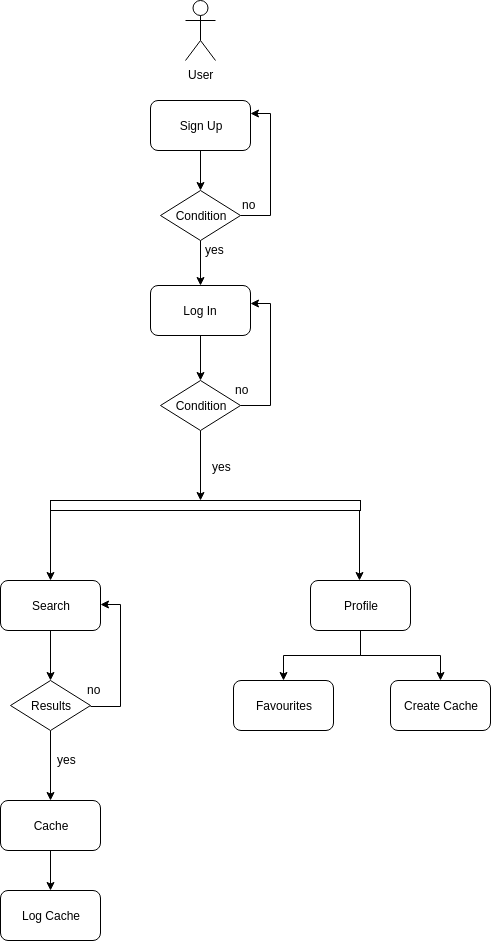
Earlier version of the draw.io export staff/nestor-llorens/skycaching/doc/img/flow_chart.png (b00tc4mp/skylab-bootcamp-201907). Source tidied: cells renumbered, new cells last; positions are measured from the earlier drawing's top-left corner, leaving out a move shared by most shapes.
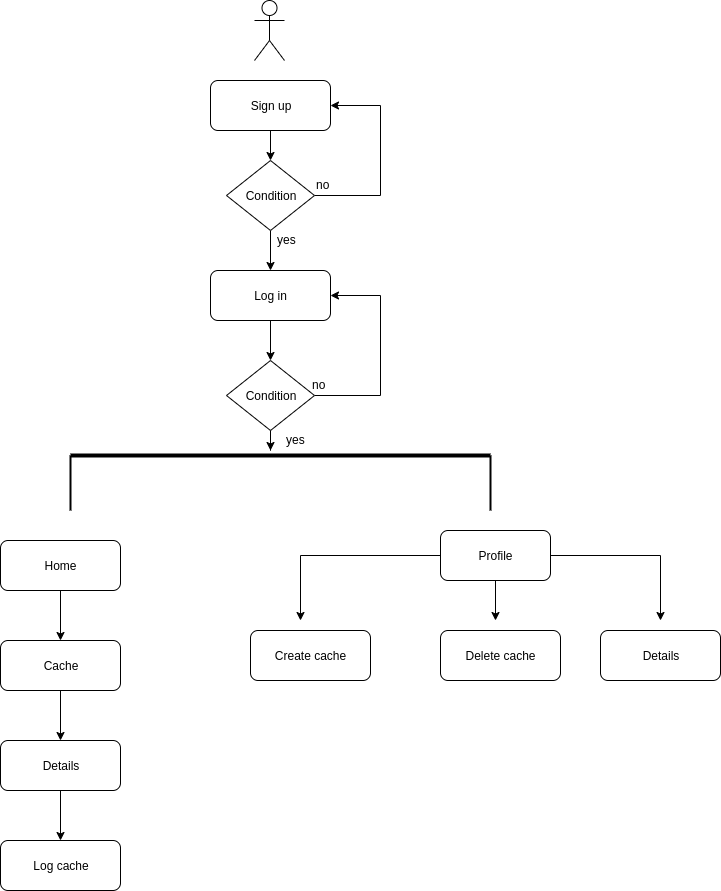
After the commit.

Change to the diagram source:
```diff
@@ -2,130 +2,122 @@
   <root>
     <mxCell id="0" />
     <mxCell id="1" parent="0" />
-    <mxCell id="2" value="User" style="shape=umlActor;verticalLabelPosition=bottom;labelBackgroundColor=#ffffff;verticalAlign=top;html=1;" parent="1" vertex="1">
-      <mxGeometry x="185" width="30" height="60" as="geometry" />
-    </mxCell>
-    <mxCell id="3" style="edgeStyle=orthogonalEdgeStyle;rounded=0;jettySize=auto;html=1;" parent="1" edge="1" source="4" target="7">
-      <mxGeometry relative="1" as="geometry" />
-    </mxCell>
-    <mxCell id="4" value="Sign Up" style="rounded=1;whiteSpace=wrap;html=1;" parent="1" vertex="1">
-      <mxGeometry x="150" y="100" width="100" height="50" as="geometry" />
-    </mxCell>
-    <mxCell id="5" style="edgeStyle=orthogonalEdgeStyle;rounded=0;jettySize=auto;html=1;entryX=1;entryY=0.25;entryDx=0;entryDy=0;" parent="1" edge="1" source="7" target="4">
-      <mxGeometry relative="1" as="geometry">
-        <Array as="points">
-          <mxPoint x="270" y="215" />
-          <mxPoint x="270" y="113" />
-        </Array>
-      </mxGeometry>
-    </mxCell>
-    <mxCell id="6" style="edgeStyle=orthogonalEdgeStyle;rounded=0;jettySize=auto;html=1;" parent="1" edge="1" source="7" target="10">
-      <mxGeometry relative="1" as="geometry" />
-    </mxCell>
-    <mxCell id="7" value="Condition" style="rhombus;whiteSpace=wrap;html=1;" parent="1" vertex="1">
-      <mxGeometry x="160" y="190" width="80" height="50" as="geometry" />
-    </mxCell>
-    <mxCell id="8" value="no" style="text;html=1;align=left;verticalAlign=top;spacingTop=-4;" parent="1" vertex="1">
-      <mxGeometry x="240" y="195" width="30" height="20" as="geometry" />
-    </mxCell>
-    <mxCell id="9" style="edgeStyle=orthogonalEdgeStyle;rounded=0;jettySize=auto;html=1;" parent="1" edge="1" source="10" target="13">
-      <mxGeometry relative="1" as="geometry" />
-    </mxCell>
-    <mxCell id="10" value="Log In" style="rounded=1;whiteSpace=wrap;html=1;" parent="1" vertex="1">
-      <mxGeometry x="150" y="285" width="100" height="50" as="geometry" />
-    </mxCell>
-    <mxCell id="11" value="yes" style="text;html=1;align=left;verticalAlign=top;spacingTop=-4;" parent="1" vertex="1">
-      <mxGeometry x="203" y="240" width="30" height="20" as="geometry" />
-    </mxCell>
-    <mxCell id="12" style="edgeStyle=orthogonalEdgeStyle;rounded=0;jettySize=auto;html=1;" parent="1" edge="1" source="13">
-      <mxGeometry relative="1" as="geometry">
-        <mxPoint x="200" y="500" as="targetPoint" />
-      </mxGeometry>
-    </mxCell>
-    <mxCell id="13" value="Condition" style="rhombus;whiteSpace=wrap;html=1;" parent="1" vertex="1">
-      <mxGeometry x="160" y="380" width="80" height="50" as="geometry" />
-    </mxCell>
-    <mxCell id="14" style="edgeStyle=orthogonalEdgeStyle;rounded=0;orthogonalLoop=1;jettySize=auto;html=1;entryX=1;entryY=0.25;entryDx=0;entryDy=0;" parent="1" edge="1">
-      <mxGeometry relative="1" as="geometry">
-        <mxPoint x="240" y="405" as="sourcePoint" />
-        <mxPoint x="250" y="303" as="targetPoint" />
-        <Array as="points">
-          <mxPoint x="270" y="405" />
-          <mxPoint x="270" y="303" />
-        </Array>
-      </mxGeometry>
-    </mxCell>
-    <mxCell id="15" value="no" style="text;html=1;align=left;verticalAlign=top;spacingTop=-4;" parent="1" vertex="1">
-      <mxGeometry x="233" y="380" width="30" height="20" as="geometry" />
-    </mxCell>
-    <mxCell id="16" style="rounded=0;whiteSpace=wrap;html=1;" parent="1" vertex="1">
-      <mxGeometry x="50" y="500" width="310" height="10" as="geometry" />
-    </mxCell>
-    <mxCell id="17" value="yes" style="text;html=1;align=left;verticalAlign=top;spacingTop=-4;" parent="1" vertex="1">
-      <mxGeometry x="210" y="457" width="30" height="20" as="geometry" />
-    </mxCell>
-    <mxCell id="18" style="edgeStyle=orthogonalEdgeStyle;rounded=0;jettySize=auto;html=1;" parent="1" edge="1" source="30" target="27">
-      <mxGeometry relative="1" as="geometry" />
-    </mxCell>
-    <mxCell id="19" value="Search" style="rounded=1;whiteSpace=wrap;html=1;" parent="1" vertex="1">
-      <mxGeometry y="580" width="100" height="50" as="geometry" />
-    </mxCell>
-    <mxCell id="20" style="endArrow=classic;html=1;entryX=0.5;entryY=0;entryDx=0;entryDy=0;" parent="1" edge="1" target="19">
-      <mxGeometry relative="1" as="geometry">
-        <mxPoint x="50" y="510" as="sourcePoint" />
-      </mxGeometry>
-    </mxCell>
-    <mxCell id="21" style="edgeStyle=orthogonalEdgeStyle;rounded=0;jettySize=auto;html=1;" parent="1" edge="1" source="23" target="25">
-      <mxGeometry relative="1" as="geometry" />
-    </mxCell>
-    <mxCell id="22" style="edgeStyle=orthogonalEdgeStyle;rounded=0;jettySize=auto;html=1;exitX=0.5;exitY=1;exitDx=0;exitDy=0;entryX=0.5;entryY=0;entryDx=0;entryDy=0;" parent="1" edge="1" source="23" target="29">
-      <mxGeometry relative="1" as="geometry" />
-    </mxCell>
+    <mxCell id="35" style="shape=umlActor;verticalLabelPosition=bottom;labelBackgroundColor=#ffffff;verticalAlign=top;html=1;" parent="1" vertex="1">
+      <mxGeometry x="164" y="-30" width="30" height="60" as="geometry" />
+    </mxCell>
+    <mxCell id="36" style="edgeStyle=orthogonalEdgeStyle;rounded=0;jettySize=auto;html=1;entryX=0.5;entryY=0;entryDx=0;entryDy=0;" parent="1" edge="1" source="37" target="40">
+      <mxGeometry relative="1" as="geometry" />
+    </mxCell>
+    <mxCell id="37" value="Sign up" style="rounded=1;whiteSpace=wrap;html=1;" parent="1" vertex="1">
+      <mxGeometry x="120" y="50" width="120" height="50" as="geometry" />
+    </mxCell>
+    <mxCell id="38" style="edgeStyle=orthogonalEdgeStyle;rounded=0;jettySize=auto;html=1;entryX=0.5;entryY=0;entryDx=0;entryDy=0;" parent="1" edge="1" source="40" target="42">
+      <mxGeometry relative="1" as="geometry" />
+    </mxCell>
+    <mxCell id="39" style="edgeStyle=orthogonalEdgeStyle;rounded=0;jettySize=auto;html=1;entryX=1;entryY=0.5;entryDx=0;entryDy=0;" parent="1" edge="1" source="40" target="37">
+      <mxGeometry relative="1" as="geometry">
+        <Array as="points">
+          <mxPoint x="290" y="165" />
+          <mxPoint x="290" y="75" />
+        </Array>
+      </mxGeometry>
+    </mxCell>
+    <mxCell id="40" value="Condition" style="rhombus;whiteSpace=wrap;html=1;" parent="1" vertex="1">
+      <mxGeometry x="136" y="130" width="88" height="70" as="geometry" />
+    </mxCell>
+    <mxCell id="41" style="edgeStyle=orthogonalEdgeStyle;rounded=0;jettySize=auto;html=1;entryX=0.5;entryY=0;entryDx=0;entryDy=0;" parent="1" edge="1" source="42" target="45">
+      <mxGeometry relative="1" as="geometry" />
+    </mxCell>
+    <mxCell id="42" value="Log in" style="rounded=1;whiteSpace=wrap;html=1;" parent="1" vertex="1">
+      <mxGeometry x="120" y="240" width="120" height="50" as="geometry" />
+    </mxCell>
+    <mxCell id="43" style="edgeStyle=orthogonalEdgeStyle;rounded=0;jettySize=auto;html=1;" parent="1" edge="1" source="45">
+      <mxGeometry relative="1" as="geometry">
+        <mxPoint x="180" y="420" as="targetPoint" />
+      </mxGeometry>
+    </mxCell>
+    <mxCell id="44" style="edgeStyle=orthogonalEdgeStyle;rounded=0;jettySize=auto;html=1;entryX=1;entryY=0.5;entryDx=0;entryDy=0;" parent="1" edge="1" source="45" target="42">
+      <mxGeometry relative="1" as="geometry">
+        <Array as="points">
+          <mxPoint x="290" y="365" />
+          <mxPoint x="290" y="265" />
+        </Array>
+      </mxGeometry>
+    </mxCell>
+    <mxCell id="45" value="Condition" style="rhombus;whiteSpace=wrap;html=1;" parent="1" vertex="1">
+      <mxGeometry x="136" y="330" width="88" height="70" as="geometry" />
+    </mxCell>
+    <mxCell id="46" style="line;strokeWidth=4;html=1;perimeter=backbonePerimeter;" parent="1" vertex="1">
+      <mxGeometry x="-20" y="420" width="420" height="10" as="geometry" />
+    </mxCell>
+    <mxCell id="47" style="edgeStyle=orthogonalEdgeStyle;rounded=0;jettySize=auto;html=1;entryX=0.5;entryY=0;entryDx=0;entryDy=0;" parent="1" edge="1" source="48" target="27">
+      <mxGeometry relative="1" as="geometry" />
+    </mxCell>
+    <mxCell id="48" value="Home" style="rounded=1;whiteSpace=wrap;html=1;" parent="1" vertex="1">
+      <mxGeometry x="-90" y="510" width="120" height="50" as="geometry" />
+    </mxCell>
+    <mxCell id="49" style="line;strokeWidth=2;direction=south;html=1;" parent="1" vertex="1">
+      <mxGeometry x="-25" y="425" width="10" height="55" as="geometry" />
+    </mxCell>
+    <mxCell id="50" style="line;strokeWidth=2;direction=south;html=1;" parent="1" vertex="1">
+      <mxGeometry x="395" y="425" width="10" height="55" as="geometry" />
+    </mxCell>
+    <mxCell id="51" style="edgeStyle=orthogonalEdgeStyle;rounded=0;orthogonalLoop=1;jettySize=auto;html=1;exitX=0.5;exitY=1;exitDx=0;exitDy=0;" parent="1" edge="1" source="42" target="42">
+      <mxGeometry relative="1" as="geometry" />
+    </mxCell>
+    <mxCell id="52" style="edgeStyle=orthogonalEdgeStyle;rounded=0;jettySize=auto;html=1;" parent="1" edge="1" source="23">
+      <mxGeometry relative="1" as="geometry">
+        <mxPoint x="210" y="590" as="targetPoint" />
+      </mxGeometry>
+    </mxCell>
+    <mxCell id="53" style="edgeStyle=orthogonalEdgeStyle;rounded=0;jettySize=auto;html=1;" parent="1" edge="1" source="23">
+      <mxGeometry relative="1" as="geometry">
+        <mxPoint x="570" y="590" as="targetPoint" />
+      </mxGeometry>
+    </mxCell>
+    <mxCell id="54" style="edgeStyle=orthogonalEdgeStyle;rounded=0;jettySize=auto;html=1;" parent="1" edge="1" source="23">
+      <mxGeometry relative="1" as="geometry">
+        <mxPoint x="405" y="590" as="targetPoint" />
+      </mxGeometry>
+    </mxCell>
     <mxCell id="23" value="Profile" style="rounded=1;whiteSpace=wrap;html=1;" parent="1" vertex="1">
-      <mxGeometry x="310" y="580" width="100" height="50" as="geometry" />
+      <mxGeometry x="350" y="500" width="110" height="50" as="geometry" />
     </mxCell>
-    <mxCell id="24" style="endArrow=classic;html=1;entryX=0.5;entryY=0;entryDx=0;entryDy=0;" parent="1" edge="1">
-      <mxGeometry relative="1" as="geometry">
-        <mxPoint x="359" y="510" as="sourcePoint" />
-        <mxPoint x="359" y="580" as="targetPoint" />
-      </mxGeometry>
-    </mxCell>
-    <mxCell id="25" value="Favourites" style="rounded=1;whiteSpace=wrap;html=1;" parent="1" vertex="1">
-      <mxGeometry x="233" y="680" width="100" height="50" as="geometry" />
-    </mxCell>
-    <mxCell id="26" style="edgeStyle=orthogonalEdgeStyle;rounded=0;jettySize=auto;html=1;" parent="1" edge="1" source="27" target="28">
-      <mxGeometry relative="1" as="geometry" />
-    </mxCell>
+    <mxCell id="55" style="edgeStyle=orthogonalEdgeStyle;rounded=0;jettySize=auto;html=1;entryX=0.5;entryY=0;entryDx=0;entryDy=0;" parent="1" edge="1" source="27" target="57">
+      <mxGeometry relative="1" as="geometry" />
+    </mxCell>
     <mxCell id="27" value="Cache" style="rounded=1;whiteSpace=wrap;html=1;" parent="1" vertex="1">
-      <mxGeometry y="800" width="100" height="50" as="geometry" />
+      <mxGeometry x="-90" y="610" width="120" height="50" as="geometry" />
     </mxCell>
-    <mxCell id="28" value="Log Cache" style="rounded=1;whiteSpace=wrap;html=1;" parent="1" vertex="1">
-      <mxGeometry y="890" width="100" height="50" as="geometry" />
-    </mxCell>
-    <mxCell id="29" value="Create Cache" style="rounded=1;whiteSpace=wrap;html=1;" parent="1" vertex="1">
-      <mxGeometry x="390" y="680" width="100" height="50" as="geometry" />
-    </mxCell>
-    <mxCell id="30" value="Results" style="rhombus;whiteSpace=wrap;html=1;" parent="1" vertex="1">
-      <mxGeometry x="10" y="680" width="80" height="50" as="geometry" />
-    </mxCell>
-    <mxCell id="31" style="edgeStyle=orthogonalEdgeStyle;rounded=0;jettySize=auto;html=1;" parent="1" edge="1" source="19" target="30">
-      <mxGeometry relative="1" as="geometry" />
-    </mxCell>
-    <mxCell id="32" style="edgeStyle=orthogonalEdgeStyle;rounded=0;orthogonalLoop=1;jettySize=auto;html=1;entryX=1;entryY=0.25;entryDx=0;entryDy=0;" parent="1" edge="1">
-      <mxGeometry relative="1" as="geometry">
-        <mxPoint x="90" y="706" as="sourcePoint" />
-        <mxPoint x="100" y="604" as="targetPoint" />
-        <Array as="points">
-          <mxPoint x="120" y="706" />
-          <mxPoint x="120" y="604" />
-        </Array>
-      </mxGeometry>
-    </mxCell>
-    <mxCell id="33" value="no" style="text;html=1;align=left;verticalAlign=top;spacingTop=-4;" parent="1" vertex="1">
-      <mxGeometry x="85" y="680" width="30" height="20" as="geometry" />
-    </mxCell>
-    <mxCell id="34" value="yes" style="text;html=1;align=left;verticalAlign=top;spacingTop=-4;" parent="1" vertex="1">
-      <mxGeometry x="55" y="750" width="30" height="20" as="geometry" />
-    </mxCell>
+    <mxCell id="56" style="edgeStyle=orthogonalEdgeStyle;rounded=0;jettySize=auto;html=1;entryX=0.5;entryY=0;entryDx=0;entryDy=0;" parent="1" edge="1" source="57" target="61">
+      <mxGeometry relative="1" as="geometry" />
+    </mxCell>
+    <mxCell id="57" value="Details" style="rounded=1;whiteSpace=wrap;html=1;" parent="1" vertex="1">
+      <mxGeometry x="-90" y="710" width="120" height="50" as="geometry" />
+    </mxCell>
+    <mxCell id="58" value="Create cache" style="rounded=1;whiteSpace=wrap;html=1;" parent="1" vertex="1">
+      <mxGeometry x="160" y="600" width="120" height="50" as="geometry" />
+    </mxCell>
+    <mxCell id="59" value="Details" style="rounded=1;whiteSpace=wrap;html=1;" parent="1" vertex="1">
+      <mxGeometry x="510" y="600" width="120" height="50" as="geometry" />
+    </mxCell>
+    <mxCell id="60" value="Delete cache" style="rounded=1;whiteSpace=wrap;html=1;" parent="1" vertex="1">
+      <mxGeometry x="350" y="600" width="120" height="50" as="geometry" />
+    </mxCell>
+    <mxCell id="61" value="Log cache" style="rounded=1;whiteSpace=wrap;html=1;" parent="1" vertex="1">
+      <mxGeometry x="-90" y="810" width="120" height="50" as="geometry" />
+    </mxCell>
+    <mxCell id="62" value="no" style="text;html=1;align=left;verticalAlign=top;spacingTop=-4;" parent="1" vertex="1">
+      <mxGeometry x="224" y="145" width="30" height="20" as="geometry" />
+    </mxCell>
+    <mxCell id="63" value="yes" style="text;html=1;align=left;verticalAlign=top;spacingTop=-4;" parent="1" vertex="1">
+      <mxGeometry x="185" y="200" width="30" height="20" as="geometry" />
+    </mxCell>
+    <mxCell id="64" value="no" style="text;html=1;align=left;verticalAlign=top;spacingTop=-4;" parent="1" vertex="1">
+      <mxGeometry x="220" y="345" width="30" height="20" as="geometry" />
+    </mxCell>
+    <mxCell id="65" value="yes" style="text;html=1;align=left;verticalAlign=top;spacingTop=-4;" parent="1" vertex="1">
+      <mxGeometry x="194" y="400" width="30" height="20" as="geometry" />
+    </mxCell>
   </root>
 </mxGraphModel>
```
